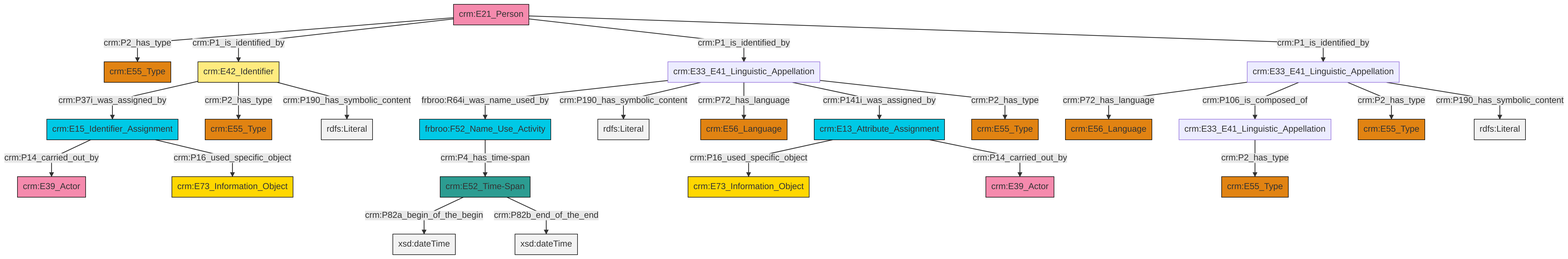
swiss-art-research-net/docs.swissartresearch keeps this Mermaid diagram as et/personCSV/ttl/mmd/png/Person_Names_and_Classification.png. Above is the earlier version. Its source is kept beside it as et/personCSV/ttl/mmd/Person_Names_and_Classification.ttl.mmd.
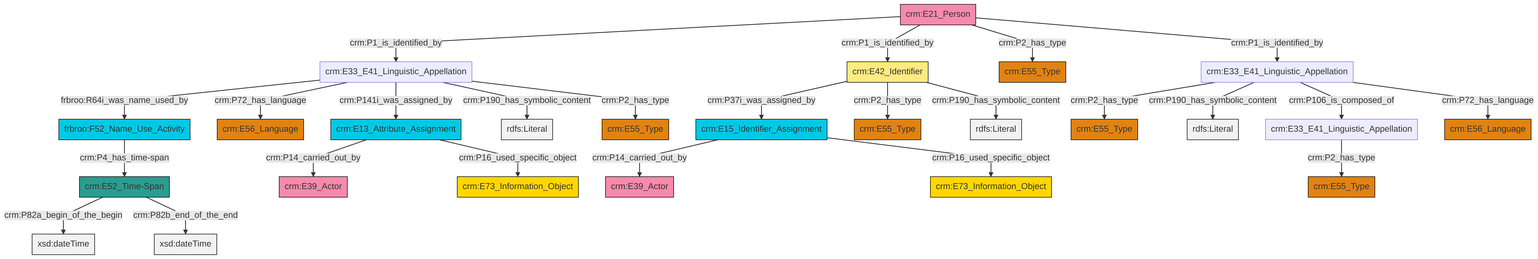
After the change.

Change to the diagram source:
```diff
@@ -13,27 +13,27 @@
 classDef PC_Classes fill:#4ce600, stroke:#000000;
 classDef Multi fill:#cccccc,stroke:#000000;
 
-0["crm:E42_Identifier"]:::Appellation -->|crm:P37i_was_assigned_by| 1["crm:E15_Identifier_Assignment"]:::Temporal_Entity
-4["crm:E33_E41_Linguistic_Appellation"]:::Default -->|crm:P72_has_language| 5["crm:E56_Language"]:::Type
-4["crm:E33_E41_Linguistic_Appellation"]:::Default -->|crm:P106_is_composed_of| 8["crm:E33_E41_Linguistic_Appellation"]:::Default
-11["crm:E13_Attribute_Assignment"]:::Temporal_Entity -->|crm:P16_used_specific_object| 12["crm:E73_Information_Object"]:::Conceptual_Object
-13["crm:E33_E41_Linguistic_Appellation"]:::Default -->|frbroo:R64i_was_name_used_by| 14["frbroo:F52_Name_Use_Activity"]:::Temporal_Entity
-13["crm:E33_E41_Linguistic_Appellation"]:::Default -->|crm:P190_has_symbolic_content| 15[rdfs:Literal]:::Literal
-14["frbroo:F52_Name_Use_Activity"]:::Temporal_Entity -->|crm:P4_has_time-span| 6["crm:E52_Time-Span"]:::Time-Span
-8["crm:E33_E41_Linguistic_Appellation"]:::Default -->|crm:P2_has_type| 16["crm:E55_Type"]:::Type
-0["crm:E42_Identifier"]:::Appellation -->|crm:P2_has_type| 2["crm:E55_Type"]:::Type
-13["crm:E33_E41_Linguistic_Appellation"]:::Default -->|crm:P72_has_language| 17["crm:E56_Language"]:::Type
-13["crm:E33_E41_Linguistic_Appellation"]:::Default -->|crm:P141i_was_assigned_by| 11["crm:E13_Attribute_Assignment"]:::Temporal_Entity
-0["crm:E42_Identifier"]:::Appellation -->|crm:P190_has_symbolic_content| 20[rdfs:Literal]:::Literal
-1["crm:E15_Identifier_Assignment"]:::Temporal_Entity -->|crm:P14_carried_out_by| 9["crm:E39_Actor"]:::Actor
-11["crm:E13_Attribute_Assignment"]:::Temporal_Entity -->|crm:P14_carried_out_by| 21["crm:E39_Actor"]:::Actor
-4["crm:E33_E41_Linguistic_Appellation"]:::Default -->|crm:P2_has_type| 24["crm:E55_Type"]:::Type
-6["crm:E52_Time-Span"]:::Time-Span -->|crm:P82a_begin_of_the_begin| 25[xsd:dateTime]:::Literal
-13["crm:E33_E41_Linguistic_Appellation"]:::Default -->|crm:P2_has_type| 26["crm:E55_Type"]:::Type
-1["crm:E15_Identifier_Assignment"]:::Temporal_Entity -->|crm:P16_used_specific_object| 29["crm:E73_Information_Object"]:::Conceptual_Object
-6["crm:E52_Time-Span"]:::Time-Span -->|crm:P82b_end_of_the_end| 32[xsd:dateTime]:::Literal
-30["crm:E21_Person"]:::Actor -->|crm:P2_has_type| 36["crm:E55_Type"]:::Type
-30["crm:E21_Person"]:::Actor -->|crm:P1_is_identified_by| 0["crm:E42_Identifier"]:::Appellation
-30["crm:E21_Person"]:::Actor -->|crm:P1_is_identified_by| 13["crm:E33_E41_Linguistic_Appellation"]:::Default
-4["crm:E33_E41_Linguistic_Appellation"]:::Default -->|crm:P190_has_symbolic_content| 46[rdfs:Literal]:::Literal
-30["crm:E21_Person"]:::Actor -->|crm:P1_is_identified_by| 4["crm:E33_E41_Linguistic_Appellation"]:::Default
+4["crm:E21_Person"]:::Actor -->|crm:P1_is_identified_by| 5["crm:E33_E41_Linguistic_Appellation"]:::Default
+8["crm:E33_E41_Linguistic_Appellation"]:::Default -->|crm:P2_has_type| 10["crm:E55_Type"]:::Type
+11["crm:E13_Attribute_Assignment"]:::Temporal_Entity -->|crm:P14_carried_out_by| 12["crm:E39_Actor"]:::Actor
+15["crm:E52_Time-Span"]:::Time-Span -->|crm:P82a_begin_of_the_begin| 16[xsd:dateTime]:::Literal
+5["crm:E33_E41_Linguistic_Appellation"]:::Default -->|frbroo:R64i_was_name_used_by| 17["frbroo:F52_Name_Use_Activity"]:::Temporal_Entity
+17["frbroo:F52_Name_Use_Activity"]:::Temporal_Entity -->|crm:P4_has_time-span| 15["crm:E52_Time-Span"]:::Time-Span
+8["crm:E33_E41_Linguistic_Appellation"]:::Default -->|crm:P190_has_symbolic_content| 23[rdfs:Literal]:::Literal
+11["crm:E13_Attribute_Assignment"]:::Temporal_Entity -->|crm:P16_used_specific_object| 26["crm:E73_Information_Object"]:::Conceptual_Object
+4["crm:E21_Person"]:::Actor -->|crm:P1_is_identified_by| 13["crm:E42_Identifier"]:::Appellation
+13["crm:E42_Identifier"]:::Appellation -->|crm:P37i_was_assigned_by| 30["crm:E15_Identifier_Assignment"]:::Temporal_Entity
+8["crm:E33_E41_Linguistic_Appellation"]:::Default -->|crm:P106_is_composed_of| 19["crm:E33_E41_Linguistic_Appellation"]:::Default
+30["crm:E15_Identifier_Assignment"]:::Temporal_Entity -->|crm:P14_carried_out_by| 32["crm:E39_Actor"]:::Actor
+13["crm:E42_Identifier"]:::Appellation -->|crm:P2_has_type| 2["crm:E55_Type"]:::Type
+5["crm:E33_E41_Linguistic_Appellation"]:::Default -->|crm:P72_has_language| 34["crm:E56_Language"]:::Type
+5["crm:E33_E41_Linguistic_Appellation"]:::Default -->|crm:P141i_was_assigned_by| 11["crm:E13_Attribute_Assignment"]:::Temporal_Entity
+13["crm:E42_Identifier"]:::Appellation -->|crm:P190_has_symbolic_content| 35[rdfs:Literal]:::Literal
+4["crm:E21_Person"]:::Actor -->|crm:P2_has_type| 6["crm:E55_Type"]:::Type
+4["crm:E21_Person"]:::Actor -->|crm:P1_is_identified_by| 8["crm:E33_E41_Linguistic_Appellation"]:::Default
+5["crm:E33_E41_Linguistic_Appellation"]:::Default -->|crm:P190_has_symbolic_content| 38[rdfs:Literal]:::Literal
+19["crm:E33_E41_Linguistic_Appellation"]:::Default -->|crm:P2_has_type| 27["crm:E55_Type"]:::Type
+5["crm:E33_E41_Linguistic_Appellation"]:::Default -->|crm:P2_has_type| 24["crm:E55_Type"]:::Type
+30["crm:E15_Identifier_Assignment"]:::Temporal_Entity -->|crm:P16_used_specific_object| 0["crm:E73_Information_Object"]:::Conceptual_Object
+8["crm:E33_E41_Linguistic_Appellation"]:::Default -->|crm:P72_has_language| 36["crm:E56_Language"]:::Type
+15["crm:E52_Time-Span"]:::Time-Span -->|crm:P82b_end_of_the_end| 44[xsd:dateTime]:::Literal
```
